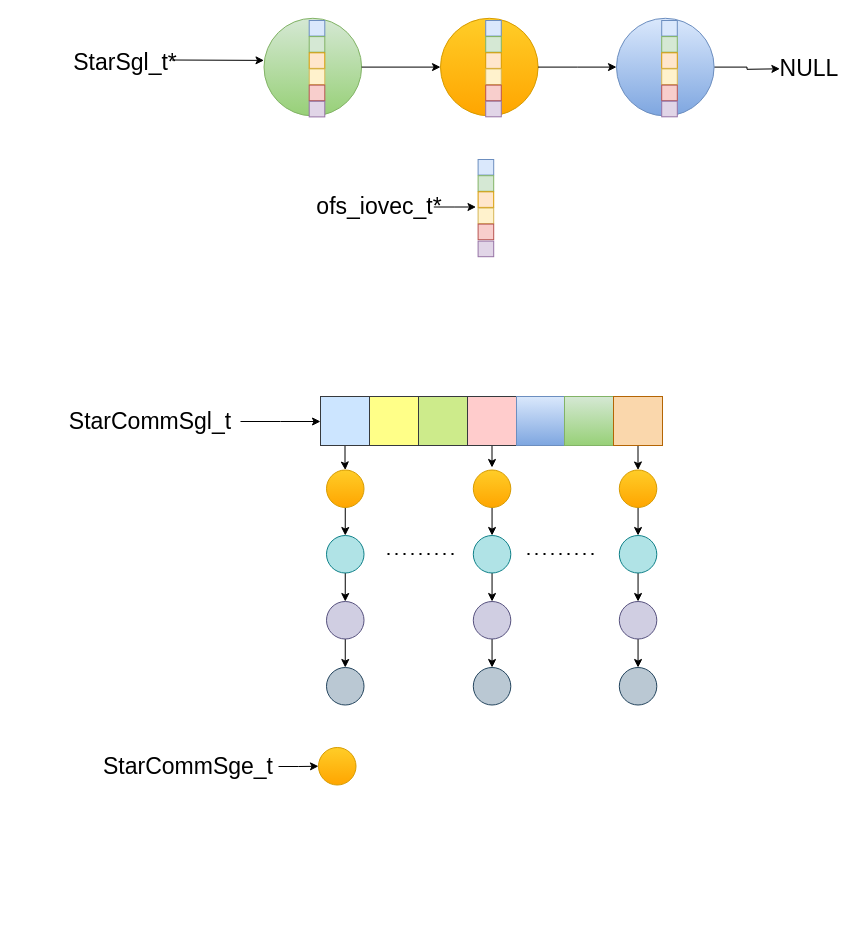
Before: 未命名绘图.drawio in 1152545264/DrawioPaint, a draw.io diagram. Source tidied: cells renumbered, new cells numbered last; positions are measured from the earlier drawing's top-left corner, leaving out a move shared by most shapes. Both pictures are drawn from the tidied source at 100%, with x=0, y=0 at pixel (60, 17).
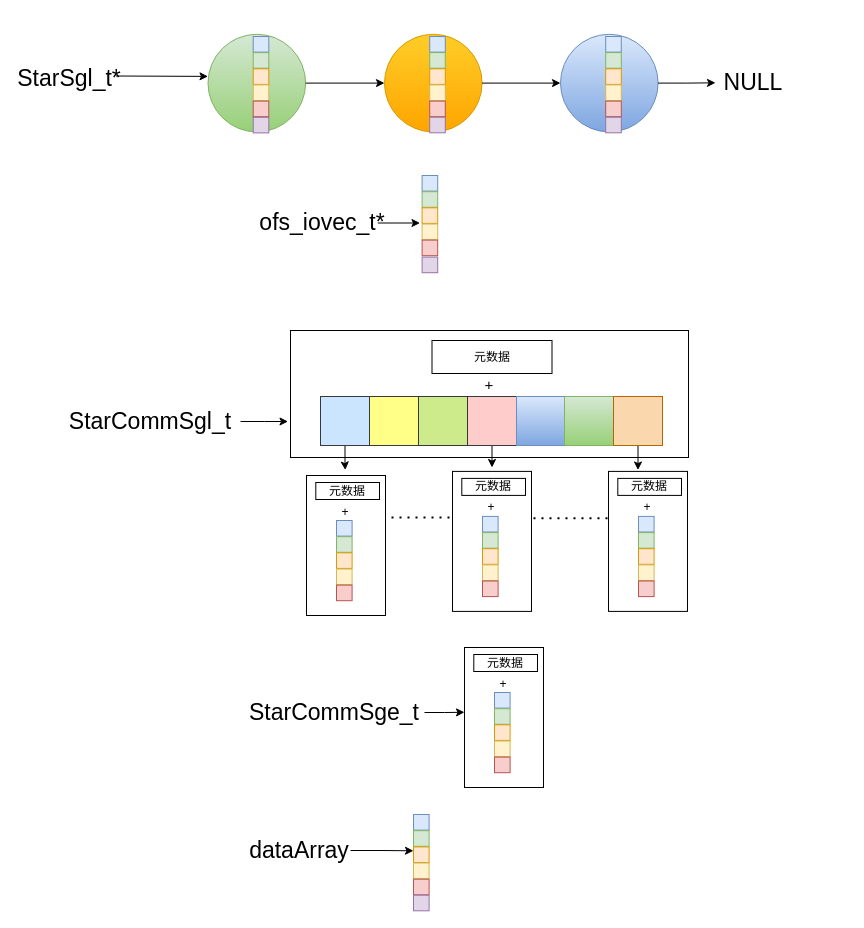
After the change.

Commit message:
更新未命名绘图.drawio

Unchanged cells that the change refers to:
```xml
<mxCell id="3" value="&lt;font style=&quot;font-size: 23px;&quot;&gt;StarCommSgl_t&lt;/font&gt;" style="text;strokeColor=none;align=center;fillColor=none;html=1;verticalAlign=middle;whiteSpace=wrap;rounded=0;" parent="1" vertex="1">
  <mxGeometry y="389" width="180" height="30" as="geometry" />
</mxCell>
<mxCell id="5" style="whiteSpace=wrap;html=1;fillColor=#cce5ff;strokeColor=#36393d;" parent="1" vertex="1">
  <mxGeometry x="260" y="379" width="49" height="49" as="geometry" />
</mxCell>
<mxCell id="34" style="whiteSpace=wrap;html=1;fillColor=#fad7ac;strokeColor=#b46504;" parent="1" vertex="1">
  <mxGeometry x="553" y="379" width="49" height="49" as="geometry" />
</mxCell>
<mxCell id="55" style="group;" parent="37" vertex="1">
  <mxGeometry x="521.4" y="0.8" width="125.6" height="101" as="geometry" />
</mxCell>
<mxCell id="57" style="ellipse;whiteSpace=wrap;html=1;fillColor=#dae8fc;strokeColor=#6c8ebf;gradientColor=#7ea6e0;" parent="55" vertex="1">
  <mxGeometry x="7.6" width="97.6" height="97.6" as="geometry" />
</mxCell>
```

Diff of the diagram source:
```diff
@@
-    <mxCell id="2" style="edgeStyle=orthogonalEdgeStyle;rounded=0;jettySize=auto;html=1;exitX=1;exitY=0.5;exitDx=0;exitDy=0;entryX=0;entryY=0.5;entryDx=0;entryDy=0;" parent="1" edge="1" source="3">
-      <mxGeometry relative="1" as="geometry">
-        <mxPoint x="260" y="404" as="targetPoint" />
-      </mxGeometry>
-    </mxCell>
+    <mxCell id="83" style="rounded=0;whiteSpace=wrap;html=1;" parent="1" vertex="1">
+      <mxGeometry x="230" y="313" width="398" height="127" as="geometry" />
+    </mxCell>
+    <mxCell id="84" style="edgeStyle=orthogonalEdgeStyle;rounded=0;jettySize=auto;html=1;" parent="1" edge="1" source="3">
+      <mxGeometry relative="1" as="geometry">
+        <mxPoint x="227.5" y="404" as="targetPoint" />
+      </mxGeometry>
+    </mxCell>
@@
-    <mxCell id="4" style="edgeStyle=orthogonalEdgeStyle;rounded=0;jettySize=auto;html=1;" parent="1" edge="1" source="5" target="13">
-      <mxGeometry relative="1" as="geometry" />
+    <mxCell id="4" style="edgeStyle=orthogonalEdgeStyle;rounded=0;jettySize=auto;html=1;" parent="1" edge="1" source="5">
+      <mxGeometry relative="1" as="geometry">
+        <mxPoint x="284.8" y="452.5" as="targetPoint" />
+      </mxGeometry>
     </mxCell>
@@
-    <mxCell id="12" style="edgeStyle=orthogonalEdgeStyle;rounded=0;jettySize=auto;html=1;exitX=0.5;exitY=1;exitDx=0;exitDy=0;entryX=0.5;entryY=0;entryDx=0;entryDy=0;" parent="1" edge="1" source="13" target="15">
-      <mxGeometry relative="1" as="geometry" />
-    </mxCell>
-    <mxCell id="13" style="ellipse;whiteSpace=wrap;html=1;fillColor=#ffcd28;gradientColor=#ffa500;strokeColor=#d79b00;" parent="1" vertex="1">
-      <mxGeometry x="266" y="452.5" width="37.5" height="37.5" as="geometry" />
-    </mxCell>
-    <mxCell id="14" style="edgeStyle=orthogonalEdgeStyle;rounded=0;jettySize=auto;html=1;exitX=0.5;exitY=1;exitDx=0;exitDy=0;entryX=0.5;entryY=0;entryDx=0;entryDy=0;" parent="1" edge="1" source="15" target="17">
-      <mxGeometry relative="1" as="geometry" />
-    </mxCell>
-    <mxCell id="15" style="ellipse;whiteSpace=wrap;html=1;fillColor=#b0e3e6;strokeColor=#0e8088;" parent="1" vertex="1">
-      <mxGeometry x="266" y="518" width="37.5" height="37.5" as="geometry" />
-    </mxCell>
-    <mxCell id="16" style="edgeStyle=orthogonalEdgeStyle;rounded=0;jettySize=auto;html=1;exitX=0.5;exitY=1;exitDx=0;exitDy=0;entryX=0.5;entryY=0;entryDx=0;entryDy=0;" parent="1" edge="1" source="17" target="18">
-      <mxGeometry relative="1" as="geometry" />
-    </mxCell>
-    <mxCell id="17" style="ellipse;whiteSpace=wrap;html=1;fillColor=#d0cee2;strokeColor=#56517e;" parent="1" vertex="1">
-      <mxGeometry x="266" y="584" width="37.5" height="37.5" as="geometry" />
-    </mxCell>
-    <mxCell id="18" style="ellipse;whiteSpace=wrap;html=1;fillColor=#bac8d3;strokeColor=#23445d;" parent="1" vertex="1">
-      <mxGeometry x="266" y="650" width="37.5" height="37.5" as="geometry" />
-    </mxCell>
-    <mxCell id="19" style="edgeStyle=orthogonalEdgeStyle;rounded=0;jettySize=auto;html=1;exitX=0.5;exitY=1;exitDx=0;exitDy=0;entryX=0.5;entryY=0;entryDx=0;entryDy=0;" parent="1" edge="1" source="20" target="22">
-      <mxGeometry relative="1" as="geometry" />
-    </mxCell>
-    <mxCell id="20" style="ellipse;whiteSpace=wrap;html=1;fillColor=#ffcd28;gradientColor=#ffa500;strokeColor=#d79b00;" parent="1" vertex="1">
-      <mxGeometry x="558.8" y="452.5" width="37.5" height="37.5" as="geometry" />
-    </mxCell>
-    <mxCell id="21" style="edgeStyle=orthogonalEdgeStyle;rounded=0;jettySize=auto;html=1;exitX=0.5;exitY=1;exitDx=0;exitDy=0;entryX=0.5;entryY=0;entryDx=0;entryDy=0;" parent="1" edge="1" source="22" target="24">
-      <mxGeometry relative="1" as="geometry" />
-    </mxCell>
-    <mxCell id="22" style="ellipse;whiteSpace=wrap;html=1;fillColor=#b0e3e6;strokeColor=#0e8088;" parent="1" vertex="1">
-      <mxGeometry x="558.8" y="518" width="37.5" height="37.5" as="geometry" />
-    </mxCell>
-    <mxCell id="23" style="edgeStyle=orthogonalEdgeStyle;rounded=0;jettySize=auto;html=1;exitX=0.5;exitY=1;exitDx=0;exitDy=0;entryX=0.5;entryY=0;entryDx=0;entryDy=0;" parent="1" edge="1" source="24" target="25">
-      <mxGeometry relative="1" as="geometry" />
-    </mxCell>
-    <mxCell id="24" style="ellipse;whiteSpace=wrap;html=1;fillColor=#d0cee2;strokeColor=#56517e;" parent="1" vertex="1">
-      <mxGeometry x="558.8" y="584" width="37.5" height="37.5" as="geometry" />
-    </mxCell>
-    <mxCell id="25" style="ellipse;whiteSpace=wrap;html=1;fillColor=#bac8d3;strokeColor=#23445d;" parent="1" vertex="1">
-      <mxGeometry x="558.8" y="650" width="37.5" height="37.5" as="geometry" />
-    </mxCell>
-    <mxCell id="26" style="edgeStyle=orthogonalEdgeStyle;rounded=0;jettySize=auto;html=1;exitX=0.5;exitY=1;exitDx=0;exitDy=0;entryX=0.5;entryY=0;entryDx=0;entryDy=0;" parent="1" edge="1" source="27" target="29">
-      <mxGeometry relative="1" as="geometry" />
-    </mxCell>
-    <mxCell id="27" style="ellipse;whiteSpace=wrap;html=1;fillColor=#ffcd28;gradientColor=#ffa500;strokeColor=#d79b00;" parent="1" vertex="1">
-      <mxGeometry x="412.8" y="452.5" width="37.5" height="37.5" as="geometry" />
-    </mxCell>
-    <mxCell id="28" style="edgeStyle=orthogonalEdgeStyle;rounded=0;jettySize=auto;html=1;exitX=0.5;exitY=1;exitDx=0;exitDy=0;entryX=0.5;entryY=0;entryDx=0;entryDy=0;" parent="1" edge="1" source="29" target="31">
-      <mxGeometry relative="1" as="geometry" />
-    </mxCell>
-    <mxCell id="29" style="ellipse;whiteSpace=wrap;html=1;fillColor=#b0e3e6;strokeColor=#0e8088;" parent="1" vertex="1">
-      <mxGeometry x="412.8" y="518" width="37.5" height="37.5" as="geometry" />
-    </mxCell>
-    <mxCell id="30" style="edgeStyle=orthogonalEdgeStyle;rounded=0;jettySize=auto;html=1;exitX=0.5;exitY=1;exitDx=0;exitDy=0;entryX=0.5;entryY=0;entryDx=0;entryDy=0;" parent="1" edge="1" source="31" target="32">
-      <mxGeometry relative="1" as="geometry" />
-    </mxCell>
-    <mxCell id="31" style="ellipse;whiteSpace=wrap;html=1;fillColor=#d0cee2;strokeColor=#56517e;" parent="1" vertex="1">
-      <mxGeometry x="412.8" y="584" width="37.5" height="37.5" as="geometry" />
-    </mxCell>
-    <mxCell id="32" style="ellipse;whiteSpace=wrap;html=1;fillColor=#bac8d3;strokeColor=#23445d;" parent="1" vertex="1">
-      <mxGeometry x="412.8" y="650" width="37.5" height="37.5" as="geometry" />
-    </mxCell>
-    <mxCell id="33" style="edgeStyle=orthogonalEdgeStyle;rounded=0;jettySize=auto;html=1;entryX=0.5;entryY=0;entryDx=0;entryDy=0;" parent="1" edge="1" source="34" target="20">
-      <mxGeometry relative="1" as="geometry" />
+    <mxCell id="33" style="edgeStyle=orthogonalEdgeStyle;rounded=0;jettySize=auto;html=1;entryX=0.5;entryY=0;entryDx=0;entryDy=0;" parent="1" edge="1" source="34">
+      <mxGeometry relative="1" as="geometry">
+        <mxPoint x="577.5" y="452.5" as="targetPoint" />
+      </mxGeometry>
     </mxCell>
@@
-    <mxCell id="35" style="endArrow=none;dashed=1;html=1;dashPattern=1 3;strokeWidth=2;rounded=0;" parent="1" edge="1">
-      <mxGeometry relative="1" as="geometry">
-        <mxPoint x="327" y="536.4" as="sourcePoint" />
-        <mxPoint x="397" y="536.4" as="targetPoint" />
-      </mxGeometry>
-    </mxCell>
-    <mxCell id="36" style="endArrow=none;dashed=1;html=1;dashPattern=1 3;strokeWidth=2;rounded=0;" parent="1" edge="1">
-      <mxGeometry relative="1" as="geometry">
-        <mxPoint x="467" y="536.4" as="sourcePoint" />
-        <mxPoint x="537" y="536.4" as="targetPoint" />
-      </mxGeometry>
-    </mxCell>
     <mxCell id="37" style="group;" parent="1" vertex="1">
-      <mxGeometry x="27" width="760" height="240" as="geometry" />
+      <mxGeometry x="-29" y="16" width="760" height="240" as="geometry" />
     </mxCell>
@@
-    <mxCell id="56" style="edgeStyle=orthogonalEdgeStyle;rounded=0;jettySize=auto;html=1;" parent="55" edge="1" source="57">
-      <mxGeometry relative="1" as="geometry">
-        <mxPoint x="171" y="50.5" as="targetPoint" />
-      </mxGeometry>
-    </mxCell>
@@
     <mxCell id="67" value="&lt;font style=&quot;font-size: 23px;&quot;&gt;NULL&lt;/font&gt;" style="text;strokeColor=none;align=center;fillColor=none;html=1;verticalAlign=middle;whiteSpace=wrap;rounded=0;" parent="37" vertex="1">
-      <mxGeometry x="684" y="39" width="76" height="24.5" as="geometry" />
+      <mxGeometry x="684" y="37" width="76" height="24.5" as="geometry" />
     </mxCell>
@@
-    <mxCell id="79" style="group;" parent="1" vertex="1">
-      <mxGeometry x="38" y="730" width="257.5" height="37.5" as="geometry" />
-    </mxCell>
-    <mxCell id="80" style="ellipse;whiteSpace=wrap;html=1;fillColor=#ffcd28;gradientColor=#ffa500;strokeColor=#d79b00;" parent="79" vertex="1">
-      <mxGeometry x="220" width="37.5" height="37.5" as="geometry" />
-    </mxCell>
+    <mxCell id="85" style="edgeStyle=orthogonalEdgeStyle;rounded=0;jettySize=auto;html=1;" parent="37" edge="1" source="57" target="67">
+      <mxGeometry relative="1" as="geometry" />
+    </mxCell>
+    <mxCell id="86" style="endArrow=none;dashed=1;html=1;dashPattern=1 3;strokeWidth=2;rounded=0;" parent="1" edge="1">
+      <mxGeometry relative="1" as="geometry">
+        <mxPoint x="307" y="500" as="sourcePoint" />
+        <mxPoint x="407" y="500" as="targetPoint" />
+      </mxGeometry>
+    </mxCell>
+    <mxCell id="87" style="endArrow=none;dashed=1;html=1;dashPattern=1 3;strokeWidth=2;rounded=0;" parent="1" edge="1">
+      <mxGeometry relative="1" as="geometry">
+        <mxPoint x="457" y="500.7" as="sourcePoint" />
+        <mxPoint x="557" y="500.7" as="targetPoint" />
+      </mxGeometry>
+    </mxCell>
-    <mxCell id="81" style="edgeStyle=orthogonalEdgeStyle;rounded=0;jettySize=auto;html=1;entryX=0;entryY=0.5;entryDx=0;entryDy=0;" parent="79" edge="1" source="82" target="80">
-      <mxGeometry relative="1" as="geometry" />
+    <mxCell id="81" style="edgeStyle=orthogonalEdgeStyle;rounded=0;jettySize=auto;html=1;entryX=0;entryY=0.5;entryDx=0;entryDy=0;" parent="1" edge="1" source="82">
+      <mxGeometry relative="1" as="geometry">
+        <mxPoint x="404" y="694.8" as="targetPoint" />
+      </mxGeometry>
     </mxCell>
-    <mxCell id="82" value="&lt;font style=&quot;font-size: 23px;&quot;&gt;StarCommSge_t&lt;/font&gt;" style="text;strokeColor=none;align=center;fillColor=none;html=1;verticalAlign=middle;whiteSpace=wrap;rounded=0;" parent="79" vertex="1">
-      <mxGeometry y="4" width="180" height="30" as="geometry" />
+    <mxCell id="82" value="&lt;font style=&quot;font-size: 23px;&quot;&gt;StarCommSge_t&lt;/font&gt;" style="text;strokeColor=none;align=center;fillColor=none;html=1;verticalAlign=middle;whiteSpace=wrap;rounded=0;" parent="1" vertex="1">
+      <mxGeometry x="184" y="680" width="180" height="30" as="geometry" />
     </mxCell>
+    <mxCell id="88" style="group;" parent="1" vertex="1">
+      <mxGeometry x="404" y="630" width="79" height="140" as="geometry" />
+    </mxCell>
+    <mxCell id="89" style="whiteSpace=wrap;html=1;" parent="88" vertex="1">
+      <mxGeometry width="79" height="140" as="geometry" />
+    </mxCell>
+    <mxCell id="90" style="group;" parent="88" vertex="1">
+      <mxGeometry x="30" y="45" width="15.6" height="80.3" as="geometry" />
+    </mxCell>
+    <mxCell id="91" style="whiteSpace=wrap;html=1;fillColor=#dae8fc;strokeColor=#6c8ebf;" parent="90" vertex="1">
+      <mxGeometry width="15.6" height="15.6" as="geometry" />
+    </mxCell>
+    <mxCell id="92" style="whiteSpace=wrap;html=1;fillColor=#d5e8d4;strokeColor=#82b366;" parent="90" vertex="1">
+      <mxGeometry y="16.2" width="15.6" height="15.6" as="geometry" />
+    </mxCell>
+    <mxCell id="93" style="whiteSpace=wrap;html=1;fillColor=#ffe6cc;strokeColor=#d79b00;" parent="90" vertex="1">
+      <mxGeometry y="32.3" width="15.6" height="15.6" as="geometry" />
+    </mxCell>
+    <mxCell id="94" style="whiteSpace=wrap;html=1;fillColor=#fff2cc;strokeColor=#d6b656;" parent="90" vertex="1">
+      <mxGeometry y="48.5" width="15.6" height="15.6" as="geometry" />
+    </mxCell>
+    <mxCell id="95" style="whiteSpace=wrap;html=1;fillColor=#f8cecc;strokeColor=#b85450;" parent="90" vertex="1">
+      <mxGeometry y="64.6" width="15.6" height="15.6" as="geometry" />
+    </mxCell>
+    <mxCell id="96" value="元数据" style="rounded=0;whiteSpace=wrap;html=1;" parent="88" vertex="1">
+      <mxGeometry x="9.3" y="7" width="63.7" height="17" as="geometry" />
+    </mxCell>
+    <mxCell id="97" value="+" style="text;strokeColor=none;align=center;fillColor=none;html=1;verticalAlign=middle;whiteSpace=wrap;rounded=0;" parent="88" vertex="1">
+      <mxGeometry x="30" y="32" width="18" height="9" as="geometry" />
+    </mxCell>
+    <mxCell id="98" style="group;" parent="1" vertex="1">
+      <mxGeometry x="246" y="458" width="79" height="140" as="geometry" />
+    </mxCell>
+    <mxCell id="99" style="whiteSpace=wrap;html=1;" parent="98" vertex="1">
+      <mxGeometry width="79" height="140" as="geometry" />
+    </mxCell>
+    <mxCell id="100" style="group;" parent="98" vertex="1">
+      <mxGeometry x="30" y="45" width="15.6" height="80.3" as="geometry" />
+    </mxCell>
+    <mxCell id="101" style="whiteSpace=wrap;html=1;fillColor=#dae8fc;strokeColor=#6c8ebf;" parent="100" vertex="1">
+      <mxGeometry width="15.6" height="15.6" as="geometry" />
+    </mxCell>
+    <mxCell id="102" style="whiteSpace=wrap;html=1;fillColor=#d5e8d4;strokeColor=#82b366;" parent="100" vertex="1">
+      <mxGeometry y="16.2" width="15.6" height="15.6" as="geometry" />
+    </mxCell>
+    <mxCell id="103" style="whiteSpace=wrap;html=1;fillColor=#ffe6cc;strokeColor=#d79b00;" parent="100" vertex="1">
+      <mxGeometry y="32.3" width="15.6" height="15.6" as="geometry" />
+    </mxCell>
+    <mxCell id="104" style="whiteSpace=wrap;html=1;fillColor=#fff2cc;strokeColor=#d6b656;" parent="100" vertex="1">
+      <mxGeometry y="48.5" width="15.6" height="15.6" as="geometry" />
+    </mxCell>
+    <mxCell id="105" style="whiteSpace=wrap;html=1;fillColor=#f8cecc;strokeColor=#b85450;" parent="100" vertex="1">
+      <mxGeometry y="64.6" width="15.6" height="15.6" as="geometry" />
+    </mxCell>
+    <mxCell id="106" value="元数据" style="rounded=0;whiteSpace=wrap;html=1;" parent="98" vertex="1">
+      <mxGeometry x="9.3" y="7" width="63.7" height="17" as="geometry" />
+    </mxCell>
+    <mxCell id="107" value="+" style="text;strokeColor=none;align=center;fillColor=none;html=1;verticalAlign=middle;whiteSpace=wrap;rounded=0;" parent="98" vertex="1">
+      <mxGeometry x="30" y="32" width="18" height="9" as="geometry" />
+    </mxCell>
+    <mxCell id="108" style="group;" parent="1" vertex="1">
+      <mxGeometry x="392" y="453.9" width="79" height="140" as="geometry" />
+    </mxCell>
+    <mxCell id="109" style="whiteSpace=wrap;html=1;" parent="108" vertex="1">
+      <mxGeometry width="79" height="140" as="geometry" />
+    </mxCell>
+    <mxCell id="110" style="group;" parent="108" vertex="1">
+      <mxGeometry x="30" y="45" width="15.6" height="80.3" as="geometry" />
+    </mxCell>
+    <mxCell id="111" style="whiteSpace=wrap;html=1;fillColor=#dae8fc;strokeColor=#6c8ebf;" parent="110" vertex="1">
+      <mxGeometry width="15.6" height="15.6" as="geometry" />
+    </mxCell>
+    <mxCell id="112" style="whiteSpace=wrap;html=1;fillColor=#d5e8d4;strokeColor=#82b366;" parent="110" vertex="1">
+      <mxGeometry y="16.2" width="15.6" height="15.6" as="geometry" />
+    </mxCell>
+    <mxCell id="113" style="whiteSpace=wrap;html=1;fillColor=#ffe6cc;strokeColor=#d79b00;" parent="110" vertex="1">
+      <mxGeometry y="32.3" width="15.6" height="15.6" as="geometry" />
+    </mxCell>
+    <mxCell id="114" style="whiteSpace=wrap;html=1;fillColor=#fff2cc;strokeColor=#d6b656;" parent="110" vertex="1">
+      <mxGeometry y="48.5" width="15.6" height="15.6" as="geometry" />
+    </mxCell>
+    <mxCell id="115" style="whiteSpace=wrap;html=1;fillColor=#f8cecc;strokeColor=#b85450;" parent="110" vertex="1">
+      <mxGeometry y="64.6" width="15.6" height="15.6" as="geometry" />
+    </mxCell>
+    <mxCell id="116" value="元数据" style="rounded=0;whiteSpace=wrap;html=1;" parent="108" vertex="1">
+      <mxGeometry x="9.3" y="7" width="63.7" height="17" as="geometry" />
+    </mxCell>
+    <mxCell id="117" value="+" style="text;strokeColor=none;align=center;fillColor=none;html=1;verticalAlign=middle;whiteSpace=wrap;rounded=0;" parent="108" vertex="1">
+      <mxGeometry x="30" y="32" width="18" height="9" as="geometry" />
+    </mxCell>
+    <mxCell id="118" style="group;" parent="1" vertex="1">
+      <mxGeometry x="548" y="453.9" width="79" height="140" as="geometry" />
+    </mxCell>
+    <mxCell id="119" style="whiteSpace=wrap;html=1;" parent="118" vertex="1">
+      <mxGeometry width="79" height="140" as="geometry" />
+    </mxCell>
+    <mxCell id="120" style="group;" parent="118" vertex="1">
+      <mxGeometry x="30" y="45" width="15.6" height="80.3" as="geometry" />
+    </mxCell>
+    <mxCell id="121" style="whiteSpace=wrap;html=1;fillColor=#dae8fc;strokeColor=#6c8ebf;" parent="120" vertex="1">
+      <mxGeometry width="15.6" height="15.6" as="geometry" />
+    </mxCell>
+    <mxCell id="122" style="whiteSpace=wrap;html=1;fillColor=#d5e8d4;strokeColor=#82b366;" parent="120" vertex="1">
+      <mxGeometry y="16.2" width="15.6" height="15.6" as="geometry" />
+    </mxCell>
+    <mxCell id="123" style="whiteSpace=wrap;html=1;fillColor=#ffe6cc;strokeColor=#d79b00;" parent="120" vertex="1">
+      <mxGeometry y="32.3" width="15.6" height="15.6" as="geometry" />
+    </mxCell>
+    <mxCell id="124" style="whiteSpace=wrap;html=1;fillColor=#fff2cc;strokeColor=#d6b656;" parent="120" vertex="1">
+      <mxGeometry y="48.5" width="15.6" height="15.6" as="geometry" />
+    </mxCell>
+    <mxCell id="125" style="whiteSpace=wrap;html=1;fillColor=#f8cecc;strokeColor=#b85450;" parent="120" vertex="1">
+      <mxGeometry y="64.6" width="15.6" height="15.6" as="geometry" />
+    </mxCell>
+    <mxCell id="126" value="元数据" style="rounded=0;whiteSpace=wrap;html=1;" parent="118" vertex="1">
+      <mxGeometry x="9.3" y="7" width="63.7" height="17" as="geometry" />
+    </mxCell>
+    <mxCell id="127" value="+" style="text;strokeColor=none;align=center;fillColor=none;html=1;verticalAlign=middle;whiteSpace=wrap;rounded=0;" parent="118" vertex="1">
+      <mxGeometry x="30" y="32" width="18" height="9" as="geometry" />
+    </mxCell>
+    <mxCell id="128" style="group;" parent="1" vertex="1">
+      <mxGeometry x="188" y="797" width="180.6" height="96.2" as="geometry" />
+    </mxCell>
+    <mxCell id="129" style="group;" parent="128" vertex="1">
+      <mxGeometry x="165" width="15.6" height="96.2" as="geometry" />
+    </mxCell>
+    <mxCell id="130" style="whiteSpace=wrap;html=1;fillColor=#dae8fc;strokeColor=#6c8ebf;" parent="129" vertex="1">
+      <mxGeometry width="15.6" height="15.6" as="geometry" />
+    </mxCell>
+    <mxCell id="131" style="group;" parent="129" vertex="1">
+      <mxGeometry y="16.2" width="15.6" height="80.1" as="geometry" />
+    </mxCell>
+    <mxCell id="132" style="whiteSpace=wrap;html=1;fillColor=#d5e8d4;strokeColor=#82b366;" parent="131" vertex="1">
+      <mxGeometry width="15.6" height="15.6" as="geometry" />
+    </mxCell>
+    <mxCell id="133" style="whiteSpace=wrap;html=1;fillColor=#ffe6cc;strokeColor=#d79b00;" parent="131" vertex="1">
+      <mxGeometry y="16.2" width="15.6" height="15.6" as="geometry" />
+    </mxCell>
+    <mxCell id="134" style="whiteSpace=wrap;html=1;fillColor=#fff2cc;strokeColor=#d6b656;" parent="131" vertex="1">
+      <mxGeometry y="32.3" width="15.6" height="15.6" as="geometry" />
+    </mxCell>
+    <mxCell id="135" style="whiteSpace=wrap;html=1;fillColor=#f8cecc;strokeColor=#b85450;" parent="131" vertex="1">
+      <mxGeometry y="48.5" width="15.6" height="15.6" as="geometry" />
+    </mxCell>
+    <mxCell id="136" style="whiteSpace=wrap;html=1;fillColor=#e1d5e7;strokeColor=#9673a6;" parent="131" vertex="1">
+      <mxGeometry y="64.5" width="15.6" height="15.6" as="geometry" />
+    </mxCell>
+    <mxCell id="137" style="edgeStyle=orthogonalEdgeStyle;rounded=0;jettySize=auto;html=1;entryX=0;entryY=0.25;entryDx=0;entryDy=0;" parent="128" edge="1" source="138" target="133">
+      <mxGeometry relative="1" as="geometry" />
+    </mxCell>
+    <mxCell id="138" value="&lt;font style=&quot;font-size: 23px;&quot;&gt;dataArray&lt;/font&gt;" style="text;strokeColor=none;align=center;fillColor=none;html=1;verticalAlign=middle;whiteSpace=wrap;rounded=0;" parent="128" vertex="1">
+      <mxGeometry y="21" width="102" height="30" as="geometry" />
+    </mxCell>
+    <mxCell id="139" value="元数据" style="rounded=0;whiteSpace=wrap;html=1;" parent="1" vertex="1">
+      <mxGeometry x="371.5" y="323" width="120" height="33" as="geometry" />
+    </mxCell>
+    <mxCell id="140" value="&lt;font style=&quot;font-size: 15px;&quot;&gt;+&lt;/font&gt;" style="text;strokeColor=none;align=center;fillColor=none;html=1;verticalAlign=middle;whiteSpace=wrap;rounded=0;" parent="1" vertex="1">
+      <mxGeometry x="409" y="352" width="40" height="30" as="geometry" />
+    </mxCell>
```
